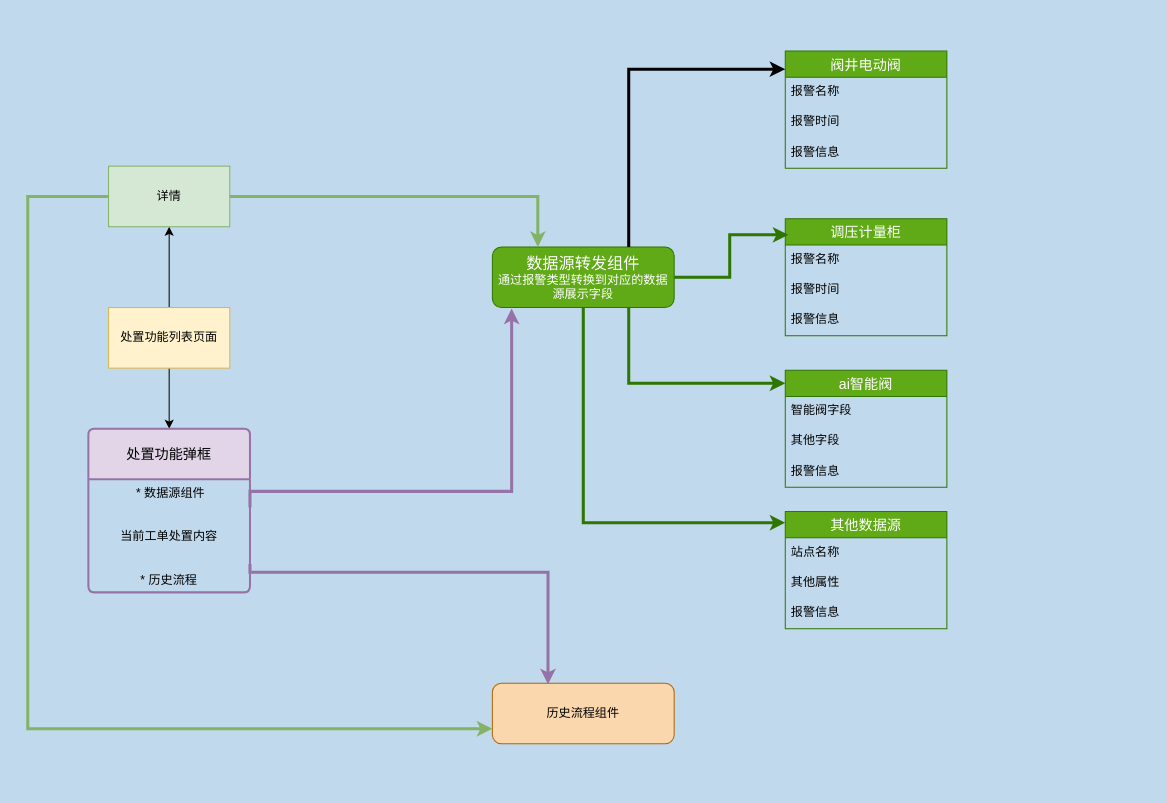
Earlier version of the draw.io diagram 长春报警-前端组件构成.drawio (bestOneOnly/drawRelations). Source tidied: cells renumbered, new cells numbered last; positions are measured from the earlier drawing's top-left corner, leaving out a move shared by most shapes. Both pictures are drawn from the tidied source at 101%, with x=0, y=0 at pixel (27, 50).
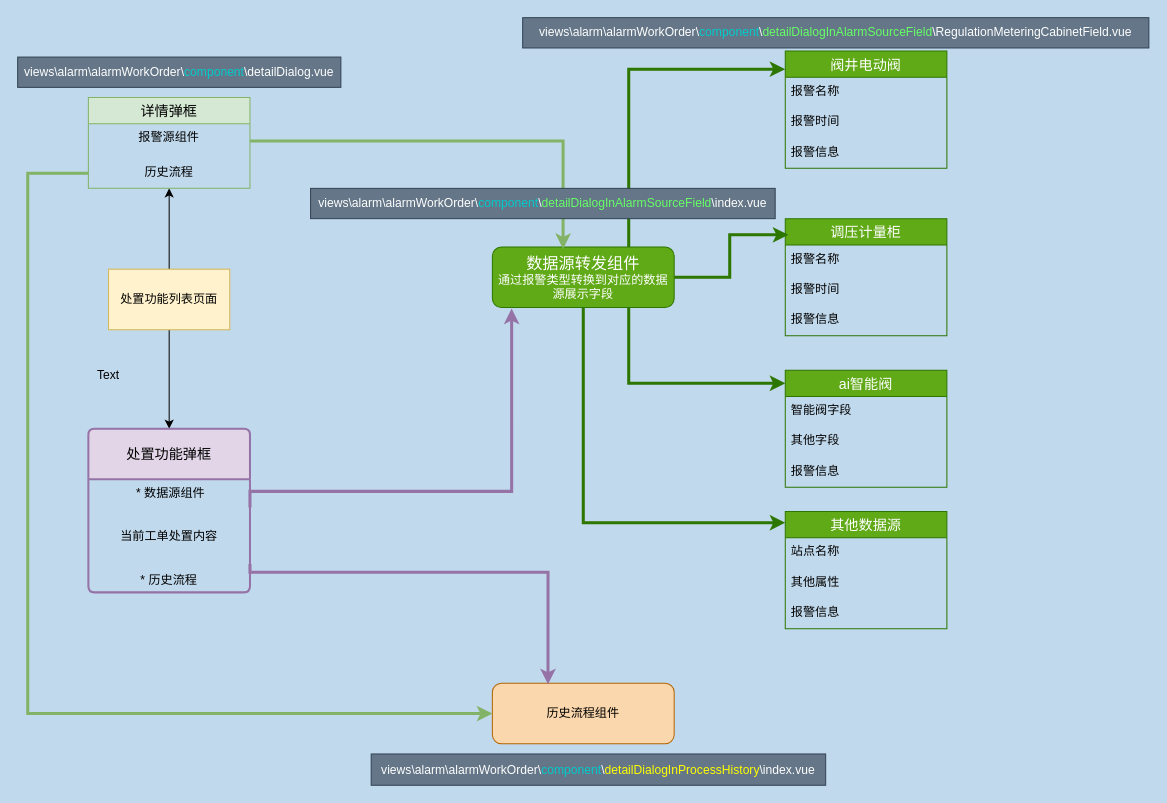
The same diagram, later.

Commit message:
更新长春报警-前端组件构成.drawio

Unchanged cells that the change refers to:
```xml
<mxCell id="7" value="&lt;font style=&quot;font-size: 16px;&quot;&gt;数据源转发组件&lt;/font&gt;&lt;br&gt;通过报警类型转换到对应的数据源展示字段" style="rounded=1;whiteSpace=wrap;html=1;fillColor=#60a917;strokeColor=#2D7600;fontColor=#ffffff;" parent="1" vertex="1">
  <mxGeometry x="460" y="194" width="180" height="60" as="geometry" />
</mxCell>
<mxCell id="8" value="阀井电动阀" style="swimlane;fontStyle=0;horizontal=1;startSize=26;align=center;fontSize=14;fillColor=#60a917;strokeColor=#2D7600;fontColor=#ffffff;" parent="1" vertex="1">
  <mxGeometry x="750" width="160" height="116" as="geometry" />
</mxCell>
<mxCell id="28" value="历史流程组件" style="rounded=1;whiteSpace=wrap;html=1;fillColor=#fad7ac;strokeColor=#b46504;" parent="1" vertex="1">
  <mxGeometry x="460" y="626" width="180" height="60" as="geometry" />
</mxCell>
```

Change to the diagram source:
```diff
@@
-    <mxCell id="3" style="edgeStyle=orthogonalEdgeStyle;rounded=0;jettySize=auto;html=1;" parent="1" edge="1" source="4" target="31">
-      <mxGeometry relative="1" as="geometry" />
-    </mxCell>
+    <mxCell id="34" style="edgeStyle=orthogonalEdgeStyle;rounded=0;jettySize=auto;html=1;exitX=0.5;exitY=0;exitDx=0;exitDy=0;" parent="1" edge="1" source="4" target="35">
+      <mxGeometry relative="1" as="geometry" />
+    </mxCell>
     <mxCell id="4" value="处置功能列表页面" style="rounded=0;whiteSpace=wrap;html=1;fillColor=#fff2cc;strokeColor=#d6b656;" parent="1" vertex="1">
-      <mxGeometry x="80" y="254" width="120" height="60" as="geometry" />
+      <mxGeometry x="80" y="216" width="120" height="60" as="geometry" />
     </mxCell>
@@
-    <mxCell id="21" style="edgeStyle=orthogonalEdgeStyle;rounded=0;jettySize=auto;html=1;exitX=0.75;exitY=0;exitDx=0;exitDy=0;entryX=0;entryY=0.155;entryDx=0;entryDy=0;entryPerimeter=0;strokeWidth=3;" parent="1" edge="1" source="7" target="8">
+    <mxCell id="21" style="edgeStyle=orthogonalEdgeStyle;rounded=0;jettySize=auto;html=1;exitX=0.75;exitY=0;exitDx=0;exitDy=0;entryX=0;entryY=0.155;entryDx=0;entryDy=0;entryPerimeter=0;strokeWidth=3;fillColor=#60a917;strokeColor=#2D7600;" parent="1" edge="1" source="7" target="8">
       <mxGeometry relative="1" as="geometry" />
     </mxCell>
@@
-    <mxCell id="29" style="edgeStyle=orthogonalEdgeStyle;rounded=0;jettySize=auto;html=1;exitX=1;exitY=0.5;exitDx=0;exitDy=0;entryX=0.25;entryY=0;entryDx=0;entryDy=0;fillColor=#d5e8d4;strokeColor=#82b366;strokeWidth=3;" parent="1" edge="1" source="31" target="7">
-      <mxGeometry relative="1" as="geometry" />
-    </mxCell>
-    <mxCell id="30" style="edgeStyle=orthogonalEdgeStyle;rounded=0;jettySize=auto;html=1;exitX=0;exitY=0.5;exitDx=0;exitDy=0;entryX=0;entryY=0.75;entryDx=0;entryDy=0;fillColor=#d5e8d4;strokeColor=#82b366;strokeWidth=3;" parent="1" edge="1" source="31" target="28">
-      <mxGeometry relative="1" as="geometry">
-        <Array as="points">
-          <mxPoint y="144" />
-          <mxPoint y="671" />
-        </Array>
-      </mxGeometry>
-    </mxCell>
-    <mxCell id="31" value="详情" style="whiteSpace=wrap;html=1;fillColor=#d5e8d4;strokeColor=#82b366;rounded=0;" parent="1" vertex="1">
-      <mxGeometry x="80" y="114" width="120" height="60" as="geometry" />
-    </mxCell>
@@
+    <mxCell id="35" value="详情弹框" style="swimlane;fontStyle=0;horizontal=1;startSize=26;align=center;fontSize=14;fillColor=#d5e8d4;strokeColor=#82b366;" parent="1" vertex="1">
+      <mxGeometry x="60" y="46" width="160" height="90" as="geometry" />
+    </mxCell>
+    <mxCell id="36" value="报警源组件" style="text;strokeColor=none;fillColor=none;spacingLeft=4;spacingRight=4;overflow=hidden;points=[[0,0.5],[1,0.5]];portConstraint=eastwest;fontSize=12;whiteSpace=wrap;html=1;align=center;fontColor=default;" parent="35" vertex="1">
+      <mxGeometry y="26" width="160" height="34" as="geometry" />
+    </mxCell>
+    <mxCell id="37" value="历史流程" style="text;strokeColor=none;fillColor=none;spacingLeft=4;spacingRight=4;overflow=hidden;points=[[0,0.5],[1,0.5]];portConstraint=eastwest;fontSize=12;whiteSpace=wrap;html=1;align=center;" parent="35" vertex="1">
+      <mxGeometry y="60" width="160" height="30" as="geometry" />
+    </mxCell>
+    <mxCell id="38" style="edgeStyle=orthogonalEdgeStyle;rounded=0;jettySize=auto;html=1;entryX=0.389;entryY=0.033;entryDx=0;entryDy=0;entryPerimeter=0;strokeWidth=3;fillColor=#d5e8d4;strokeColor=#82b366;" parent="1" edge="1" source="36" target="7">
+      <mxGeometry relative="1" as="geometry" />
+    </mxCell>
+    <mxCell id="39" value="views\alarm\alarmWorkOrder\&lt;font style=&quot;color: light-dark(rgb(0, 204, 204), rgb(51, 153, 255));&quot;&gt;component&lt;/font&gt;\&lt;font style=&quot;color: rgb(102, 255, 102);&quot;&gt;detailDialogInAlarmSourceField&lt;/font&gt;\index.vue" style="text;html=1;whiteSpace=wrap;strokeColor=#314354;fillColor=#647687;align=center;verticalAlign=middle;rounded=0;fontColor=#ffffff;" parent="1" vertex="1">
+      <mxGeometry x="280" y="136" width="460" height="30" as="geometry" />
+    </mxCell>
+    <mxCell id="40" style="edgeStyle=orthogonalEdgeStyle;rounded=0;jettySize=auto;html=1;exitX=0;exitY=0.5;exitDx=0;exitDy=0;entryX=0;entryY=0.5;entryDx=0;entryDy=0;fillColor=#d5e8d4;strokeColor=#82b366;strokeWidth=3;" parent="1" edge="1" source="37" target="28">
+      <mxGeometry relative="1" as="geometry">
+        <Array as="points">
+          <mxPoint y="121" />
+          <mxPoint y="656" />
+        </Array>
+      </mxGeometry>
+    </mxCell>
+    <mxCell id="41" value="views\alarm\alarmWorkOrder\&lt;font style=&quot;color: light-dark(rgb(0, 204, 204), rgb(51, 153, 255));&quot;&gt;component&lt;/font&gt;\detailDialog.vue" style="text;html=1;whiteSpace=wrap;strokeColor=#314354;fillColor=#647687;align=center;verticalAlign=middle;rounded=0;fontColor=#ffffff;" parent="1" vertex="1">
+      <mxGeometry x="-10" y="6" width="320" height="30" as="geometry" />
+    </mxCell>
+    <mxCell id="42" value="views\alarm\alarmWorkOrder\&lt;font style=&quot;color: light-dark(rgb(0, 204, 204), rgb(51, 153, 255));&quot;&gt;component&lt;/font&gt;\&lt;font style=&quot;color: light-dark(rgb(255, 255, 0), rgb(51, 153, 255));&quot;&gt;detailDialogInProcessHistory&lt;/font&gt;\index.vue" style="text;html=1;whiteSpace=wrap;strokeColor=#314354;fillColor=#647687;align=center;verticalAlign=middle;rounded=0;fontColor=#ffffff;" parent="1" vertex="1">
+      <mxGeometry x="340" y="696" width="450" height="31" as="geometry" />
+    </mxCell>
+    <mxCell id="43" value="Text" style="text;html=1;whiteSpace=wrap;strokeColor=none;fillColor=none;align=center;verticalAlign=middle;rounded=0;" parent="1" vertex="1">
+      <mxGeometry x="50" y="306" width="60" height="30" as="geometry" />
+    </mxCell>
+    <mxCell id="44" value="views\alarm\alarmWorkOrder\&lt;font style=&quot;color: light-dark(rgb(0, 204, 204), rgb(51, 153, 255));&quot;&gt;component&lt;/font&gt;\&lt;font style=&quot;color: light-dark(rgb(102, 255, 102), rgb(0, 162, 0));&quot;&gt;detailDialogInAlarmSourceField&lt;/font&gt;\RegulationMeteringCabinetField.vue" style="text;html=1;whiteSpace=wrap;strokeColor=#314354;fillColor=#647687;align=center;verticalAlign=middle;rounded=0;fontColor=#ffffff;" parent="1" vertex="1">
+      <mxGeometry x="490" y="-33" width="620" height="30" as="geometry" />
+    </mxCell>
```
